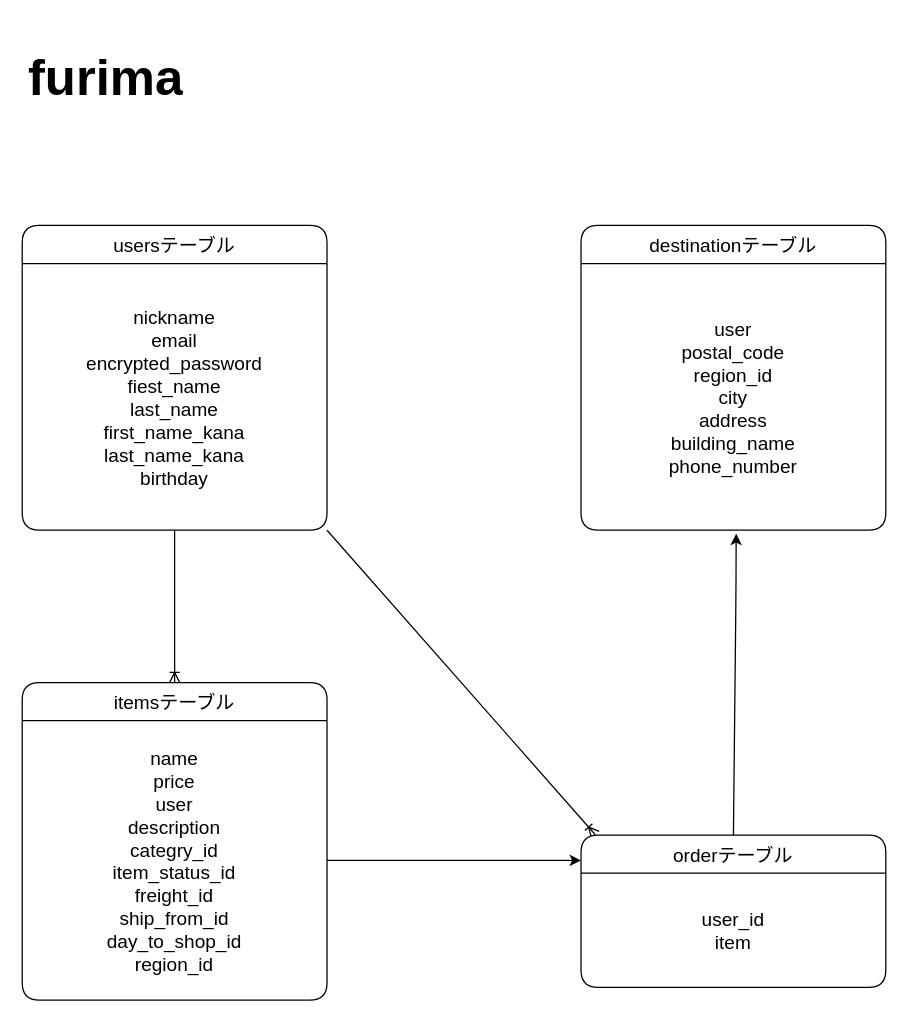
The draw.io diagram er.furima.dio in Tomoka17/furima-37718, before the edit. Source tidied: cells renumbered, new cells numbered last; positions are measured from the earlier drawing's top-left corner, leaving out a move shared by most shapes. Both pictures are drawn from the tidied source at 127%, with x=0, y=0 at pixel (22, 34).
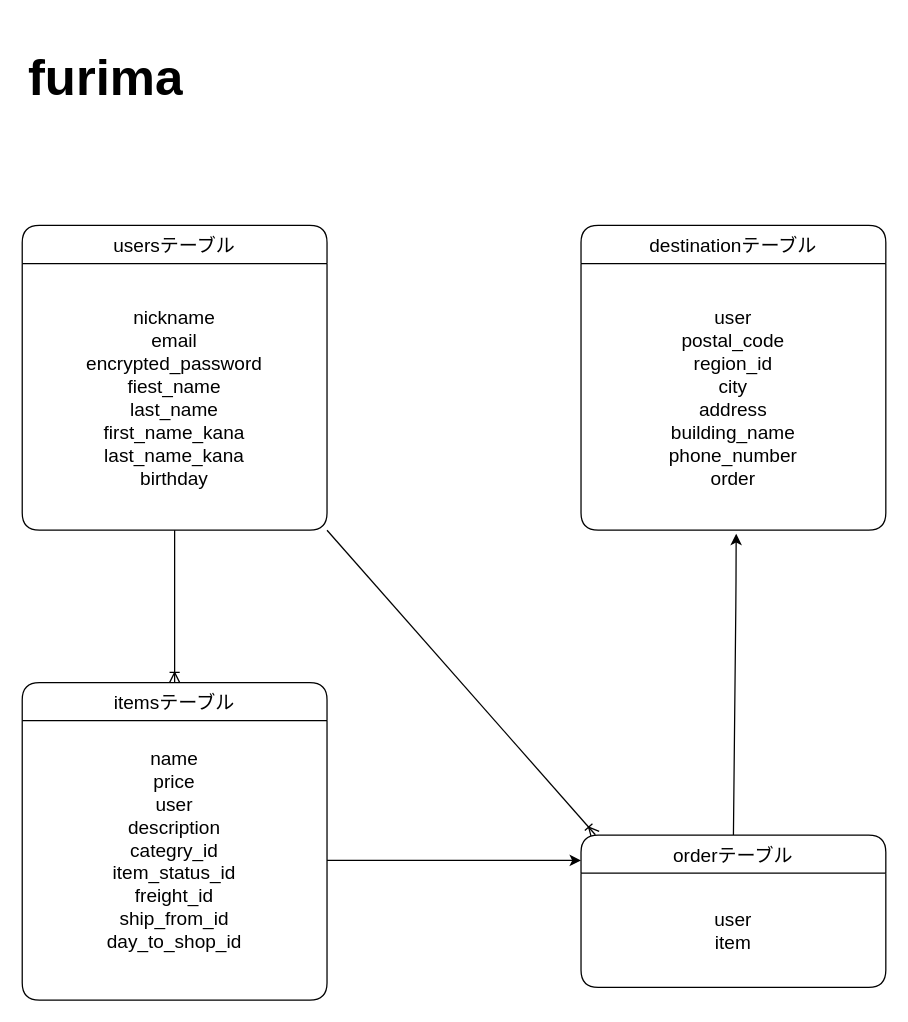
After the change.

What changed in the source:
```diff
@@
 <mxGraphModel>
   <root>
     <mxCell id="0" />
     <mxCell id="1" parent="0" />
     <mxCell id="2" style="edgeStyle=none;html=1;exitX=1;exitY=1;exitDx=0;exitDy=0;entryX=0.047;entryY=-0.002;entryDx=0;entryDy=0;entryPerimeter=0;fontSize=15;endArrow=ERoneToMany;endFill=0;" parent="1" edge="1" source="3" target="10">
       <mxGeometry relative="1" as="geometry" />
     </mxCell>
     <mxCell id="3" value="usersテーブル" style="swimlane;fontStyle=0;horizontal=1;startSize=30;rounded=1;fontSize=15;" parent="1" vertex="1">
       <mxGeometry y="150" width="240" height="240" as="geometry" />
     </mxCell>
     <mxCell id="4" value="nickname&#10;email&#10;encrypted_password&#10;fiest_name&#10;last_name&#10;first_name_kana&#10;last_name_kana&#10;birthday" style="text;strokeColor=none;fillColor=none;align=center;verticalAlign=middle;spacingLeft=4;spacingRight=4;overflow=hidden;rounded=1;fontSize=15;horizontal=1;" parent="3" vertex="1">
       <mxGeometry y="30" width="240" height="210" as="geometry" />
     </mxCell>
     <mxCell id="5" value="&lt;h1&gt;&lt;font style=&quot;font-size: 40px&quot;&gt;furima&lt;/font&gt;&lt;/h1&gt;" style="text;html=1;strokeColor=none;fillColor=none;spacing=5;spacingTop=-20;whiteSpace=wrap;overflow=hidden;rounded=0;fontSize=15;" parent="1" vertex="1">
       <mxGeometry width="190" height="50" as="geometry" />
     </mxCell>
     <mxCell id="6" value="destinationテーブル" style="swimlane;fontStyle=0;horizontal=1;startSize=30;rounded=1;fontSize=15;" parent="1" vertex="1">
       <mxGeometry x="440" y="150" width="240" height="240" as="geometry" />
     </mxCell>
-    <mxCell id="7" value="user&#10;postal_code&#10;region_id&#10;city&#10;address&#10;building_name&#10;phone_number" style="text;strokeColor=none;fillColor=none;align=center;verticalAlign=middle;spacingLeft=4;spacingRight=4;overflow=hidden;points=[[0,0.5],[1,0.5]];portConstraint=eastwest;rounded=1;fontSize=15;" parent="6" vertex="1">
+    <mxCell id="7" value="user&#10;postal_code&#10;region_id&#10;city&#10;address&#10;building_name&#10;phone_number&#10;order" style="text;strokeColor=none;fillColor=none;align=center;verticalAlign=middle;spacingLeft=4;spacingRight=4;overflow=hidden;points=[[0,0.5],[1,0.5]];portConstraint=eastwest;rounded=1;fontSize=15;" parent="6" vertex="1">
       <mxGeometry y="30" width="240" height="210" as="geometry" />
     </mxCell>
     <mxCell id="8" value="itemsテーブル" style="swimlane;fontStyle=0;horizontal=1;startSize=30;rounded=1;fontSize=15;" parent="1" vertex="1">
       <mxGeometry y="510" width="240" height="250" as="geometry" />
     </mxCell>
-    <mxCell id="9" value="name&#10;price&#10;user&#10;description&#10;categry_id&#10;item_status_id&#10;freight_id&#10;ship_from_id&#10;day_to_shop_id&#10;region_id" style="text;strokeColor=none;fillColor=none;align=center;verticalAlign=middle;spacingLeft=4;spacingRight=4;overflow=hidden;points=[[0,0.5],[1,0.5]];portConstraint=eastwest;rounded=1;fontSize=15;" parent="8" vertex="1">
+    <mxCell id="9" value="name&#10;price&#10;user&#10;description&#10;categry_id&#10;item_status_id&#10;freight_id&#10;ship_from_id&#10;day_to_shop_id&#10;" style="text;strokeColor=none;fillColor=none;align=center;verticalAlign=middle;spacingLeft=4;spacingRight=4;overflow=hidden;points=[[0,0.5],[1,0.5]];portConstraint=eastwest;rounded=1;fontSize=15;" parent="8" vertex="1">
       <mxGeometry y="30" width="240" height="220" as="geometry" />
     </mxCell>
     <mxCell id="10" value="orderテーブル" style="swimlane;fontStyle=0;horizontal=1;startSize=30;rounded=1;fontSize=15;" parent="1" vertex="1">
       <mxGeometry x="440" y="630" width="240" height="120" as="geometry" />
     </mxCell>
-    <mxCell id="11" value="user_id&#10;item" style="text;strokeColor=none;fillColor=none;align=center;verticalAlign=middle;spacingLeft=4;spacingRight=4;overflow=hidden;rounded=1;fontSize=15;" parent="10" vertex="1">
+    <mxCell id="11" value="user&#10;item" style="text;strokeColor=none;fillColor=none;align=center;verticalAlign=middle;spacingLeft=4;spacingRight=4;overflow=hidden;rounded=1;fontSize=15;" parent="10" vertex="1">
       <mxGeometry y="30" width="240" height="90" as="geometry" />
     </mxCell>
     <mxCell id="12" style="endArrow=classic;html=1;fontSize=15;entryX=0.509;entryY=1.013;entryDx=0;entryDy=0;entryPerimeter=0;exitX=0.5;exitY=0;exitDx=0;exitDy=0;" parent="1" edge="1" source="10" target="7">
       <mxGeometry relative="1" as="geometry">
         <Array as="points">
           <mxPoint x="562" y="440" />
         </Array>
       </mxGeometry>
     </mxCell>
     <mxCell id="13" style="endArrow=ERoneToMany;html=1;fontSize=15;endFill=0;entryX=0.5;entryY=0;entryDx=0;entryDy=0;" parent="1" edge="1" target="8">
       <mxGeometry relative="1" as="geometry">
         <mxPoint x="120" y="390" as="sourcePoint" />
       </mxGeometry>
     </mxCell>
     <mxCell id="14" style="edgeStyle=none;html=1;entryX=0;entryY=0.167;entryDx=0;entryDy=0;entryPerimeter=0;" parent="1" edge="1" source="9" target="10">
       <mxGeometry relative="1" as="geometry" />
     </mxCell>
   </root>
 </mxGraphModel>
```
